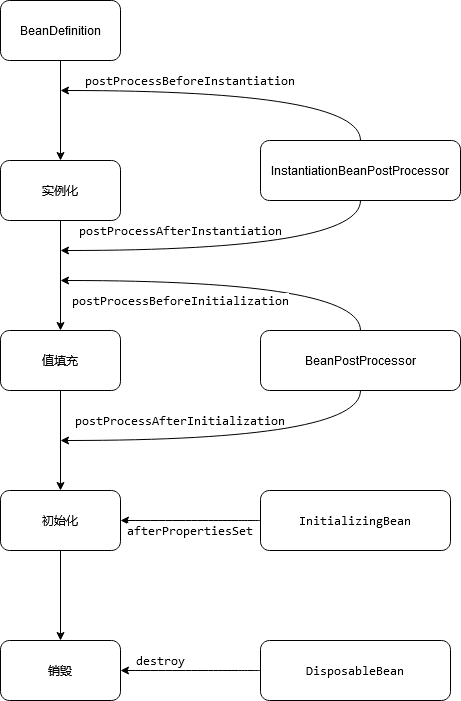
Before: doc/image/spring-bean-lifecycle.png, a diagram exported from draw.io (myflx/springboot-myflx). Source tidied: cells renumbered, new cells last; positions are measured from the earlier drawing's top-left corner, leaving out a move shared by most shapes.
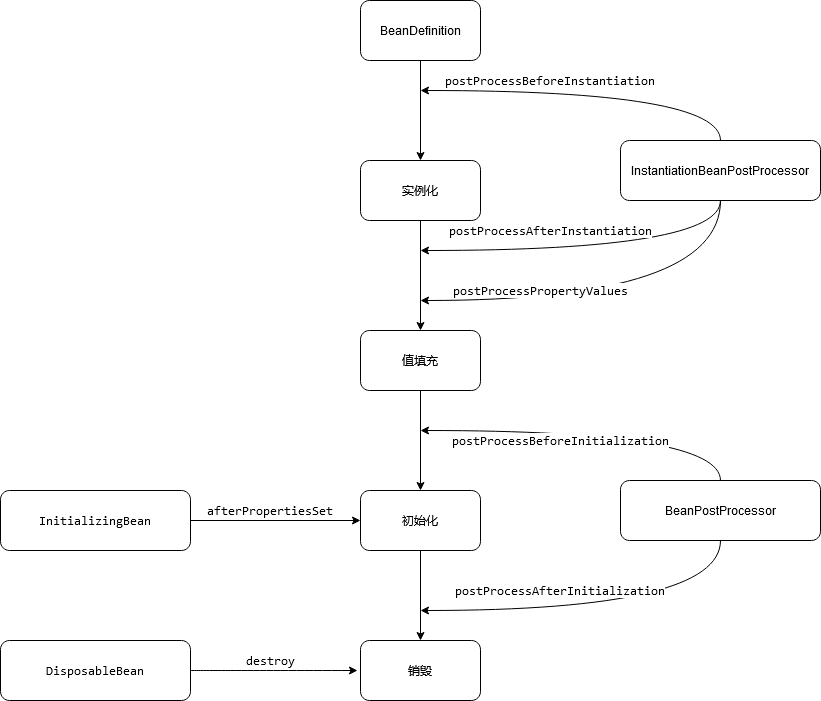
Later version of the same file.

The edit, as a diff of the source:
```diff
@@ -6,96 +6,109 @@
       <mxGeometry relative="1" as="geometry" />
     </mxCell>
     <mxCell id="3" value="实例化" style="rounded=1;whiteSpace=wrap;html=1;" parent="1" vertex="1">
-      <mxGeometry y="160" width="120" height="60" as="geometry" />
+      <mxGeometry x="240" y="170" width="120" height="60" as="geometry" />
     </mxCell>
     <mxCell id="4" style="edgeStyle=orthogonalEdgeStyle;rounded=0;jettySize=auto;html=1;" parent="1" edge="1" source="5" target="7">
       <mxGeometry relative="1" as="geometry" />
     </mxCell>
     <mxCell id="5" value="值填充" style="rounded=1;whiteSpace=wrap;html=1;" parent="1" vertex="1">
-      <mxGeometry y="330" width="120" height="60" as="geometry" />
+      <mxGeometry x="240" y="340" width="120" height="60" as="geometry" />
     </mxCell>
     <mxCell id="6" style="edgeStyle=orthogonalEdgeStyle;rounded=0;jettySize=auto;html=1;" parent="1" edge="1" source="7" target="8">
       <mxGeometry relative="1" as="geometry" />
     </mxCell>
     <mxCell id="7" value="初始化" style="rounded=1;whiteSpace=wrap;html=1;" parent="1" vertex="1">
-      <mxGeometry y="490" width="120" height="60" as="geometry" />
+      <mxGeometry x="240" y="500" width="120" height="60" as="geometry" />
     </mxCell>
     <mxCell id="8" value="销毁" style="rounded=1;whiteSpace=wrap;html=1;" parent="1" vertex="1">
-      <mxGeometry y="640" width="120" height="60" as="geometry" />
+      <mxGeometry x="240" y="650" width="120" height="60" as="geometry" />
     </mxCell>
     <mxCell id="9" style="edgeStyle=orthogonalEdgeStyle;rounded=0;jettySize=auto;html=1;" parent="1" edge="1" source="10" target="3">
       <mxGeometry relative="1" as="geometry" />
     </mxCell>
     <mxCell id="10" value="BeanDefinition" style="rounded=1;whiteSpace=wrap;html=1;" parent="1" vertex="1">
-      <mxGeometry width="120" height="60" as="geometry" />
+      <mxGeometry x="240" y="10" width="120" height="60" as="geometry" />
     </mxCell>
-    <mxCell id="11" style="edgeStyle=orthogonalEdgeStyle;curved=1;rounded=0;jettySize=auto;html=1;entryX=1;entryY=0.5;entryDx=0;entryDy=0;" parent="1" edge="1" source="12" target="7">
+    <mxCell id="11" style="edgeStyle=orthogonalEdgeStyle;rounded=0;jettySize=auto;html=1;entryX=0;entryY=0.5;entryDx=0;entryDy=0;" parent="1" edge="1" source="12" target="7">
       <mxGeometry relative="1" as="geometry" />
     </mxCell>
     <mxCell id="12" value="&lt;pre style=&quot;background-color: #ffffff ; color: #000000 ; font-family: &amp;#34;consolas&amp;#34; ; font-size: 9.8pt&quot;&gt;InitializingBean&lt;/pre&gt;" style="rounded=1;whiteSpace=wrap;html=1;" parent="1" vertex="1">
-      <mxGeometry x="260" y="490" width="190" height="60" as="geometry" />
+      <mxGeometry x="-120" y="500" width="190" height="60" as="geometry" />
     </mxCell>
-    <mxCell id="13" style="edgeStyle=orthogonalEdgeStyle;curved=1;rounded=0;jettySize=auto;html=1;entryX=1;entryY=0.5;entryDx=0;entryDy=0;" parent="1" edge="1" source="14" target="8">
-      <mxGeometry relative="1" as="geometry" />
+    <mxCell id="13" style="edgeStyle=orthogonalEdgeStyle;curved=1;rounded=0;jettySize=auto;html=1;" parent="1" edge="1" source="14">
+      <mxGeometry relative="1" as="geometry">
+        <mxPoint x="237" y="680" as="targetPoint" />
+      </mxGeometry>
     </mxCell>
     <mxCell id="14" value="&lt;pre style=&quot;background-color: #ffffff ; color: #000000 ; font-family: &amp;#34;consolas&amp;#34; ; font-size: 9.8pt&quot;&gt;DisposableBean&lt;/pre&gt;" style="rounded=1;whiteSpace=wrap;html=1;" parent="1" vertex="1">
-      <mxGeometry x="260" y="640" width="190" height="60" as="geometry" />
+      <mxGeometry x="-120" y="650" width="190" height="60" as="geometry" />
     </mxCell>
     <mxCell id="15" style="edgeStyle=orthogonalEdgeStyle;curved=1;rounded=0;jettySize=auto;html=1;" parent="1" edge="1" source="17">
       <mxGeometry relative="1" as="geometry">
-        <mxPoint x="60" y="90" as="targetPoint" />
+        <mxPoint x="300" y="100" as="targetPoint" />
         <Array as="points">
-          <mxPoint x="360" y="90" />
+          <mxPoint x="600" y="100" />
         </Array>
       </mxGeometry>
     </mxCell>
     <mxCell id="16" style="edgeStyle=orthogonalEdgeStyle;curved=1;rounded=0;jettySize=auto;html=1;" parent="1" edge="1" source="17">
       <mxGeometry relative="1" as="geometry">
-        <mxPoint x="60" y="250" as="targetPoint" />
+        <mxPoint x="300" y="260" as="targetPoint" />
         <Array as="points">
-          <mxPoint x="360" y="250" />
+          <mxPoint x="600" y="260" />
         </Array>
       </mxGeometry>
     </mxCell>
     <mxCell id="17" value="InstantiationBeanPostProcessor" style="rounded=1;whiteSpace=wrap;html=1;" parent="1" vertex="1">
-      <mxGeometry x="260" y="140" width="200" height="60" as="geometry" />
+      <mxGeometry x="500" y="150" width="200" height="60" as="geometry" />
     </mxCell>
     <mxCell id="18" style="edgeStyle=orthogonalEdgeStyle;curved=1;rounded=0;jettySize=auto;html=1;" parent="1" edge="1" source="20">
       <mxGeometry relative="1" as="geometry">
-        <mxPoint x="60" y="280" as="targetPoint" />
+        <mxPoint x="300" y="440" as="targetPoint" />
         <Array as="points">
-          <mxPoint x="360" y="280" />
+          <mxPoint x="600" y="440" />
         </Array>
       </mxGeometry>
     </mxCell>
-    <mxCell id="19" style="edgeStyle=orthogonalEdgeStyle;curved=1;rounded=0;jettySize=auto;html=1;" parent="1" edge="1" source="20">
-      <mxGeometry relative="1" as="geometry">
-        <mxPoint x="60" y="440" as="targetPoint" />
-        <Array as="points">
-          <mxPoint x="360" y="440" />
-        </Array>
-      </mxGeometry>
-    </mxCell>
+    <mxCell id="27" style="edgeStyle=orthogonalEdgeStyle;curved=1;rounded=0;jettySize=auto;html=1;" parent="1" edge="1" source="20">
+      <mxGeometry relative="1" as="geometry">
+        <mxPoint x="300" y="620" as="targetPoint" />
+        <Array as="points">
+          <mxPoint x="600" y="620" />
+        </Array>
+      </mxGeometry>
+    </mxCell>
     <mxCell id="20" value="BeanPostProcessor" style="rounded=1;whiteSpace=wrap;html=1;" parent="1" vertex="1">
-      <mxGeometry x="260" y="330" width="200" height="60" as="geometry" />
+      <mxGeometry x="500" y="490" width="200" height="60" as="geometry" />
     </mxCell>
     <mxCell id="21" value="&lt;pre style=&quot;background-color: #ffffff ; color: #000000 ; font-family: &amp;#34;consolas&amp;#34; ; font-size: 9.8pt&quot;&gt;postProcessBeforeInstantiation&lt;/pre&gt;" style="text;html=1;strokeColor=none;fillColor=none;align=center;verticalAlign=middle;whiteSpace=wrap;rounded=0;" parent="1" vertex="1">
-      <mxGeometry x="170" y="70" width="40" height="20" as="geometry" />
+      <mxGeometry x="410" y="80" width="40" height="20" as="geometry" />
     </mxCell>
     <mxCell id="22" value="&lt;pre style=&quot;background-color: #ffffff ; color: #000000 ; font-family: &amp;#34;consolas&amp;#34; ; font-size: 9.8pt&quot;&gt;postProcessAfterInstantiation&lt;/pre&gt;" style="text;html=1;strokeColor=none;fillColor=none;align=center;verticalAlign=middle;whiteSpace=wrap;rounded=0;" parent="1" vertex="1">
-      <mxGeometry x="160" y="220" width="40" height="20" as="geometry" />
+      <mxGeometry x="410" y="230" width="40" height="20" as="geometry" />
     </mxCell>
     <mxCell id="23" value="&lt;pre style=&quot;background-color: #ffffff ; color: #000000 ; font-family: &amp;#34;consolas&amp;#34; ; font-size: 9.8pt&quot;&gt;postProcessBeforeInitialization&lt;/pre&gt;" style="text;html=1;strokeColor=none;fillColor=none;align=center;verticalAlign=middle;whiteSpace=wrap;rounded=0;" parent="1" vertex="1">
-      <mxGeometry x="160" y="290" width="40" height="20" as="geometry" />
+      <mxGeometry x="420" y="440" width="40" height="20" as="geometry" />
     </mxCell>
     <mxCell id="24" value="&lt;pre style=&quot;background-color: #ffffff ; color: #000000 ; font-family: &amp;#34;consolas&amp;#34; ; font-size: 9.8pt&quot;&gt;postProcessAfterInitialization&lt;/pre&gt;" style="text;html=1;strokeColor=none;fillColor=none;align=center;verticalAlign=middle;whiteSpace=wrap;rounded=0;" parent="1" vertex="1">
-      <mxGeometry x="160" y="410" width="40" height="20" as="geometry" />
+      <mxGeometry x="420" y="590" width="40" height="20" as="geometry" />
     </mxCell>
     <mxCell id="25" value="&lt;pre style=&quot;background-color: #ffffff ; color: #000000 ; font-family: &amp;#34;consolas&amp;#34; ; font-size: 9.8pt&quot;&gt;afterPropertiesSet&lt;/pre&gt;" style="text;html=1;strokeColor=none;fillColor=none;align=center;verticalAlign=middle;whiteSpace=wrap;rounded=0;" parent="1" vertex="1">
-      <mxGeometry x="170" y="520" width="40" height="20" as="geometry" />
+      <mxGeometry x="130" y="510" width="40" height="20" as="geometry" />
     </mxCell>
     <mxCell id="26" value="&lt;pre style=&quot;background-color: #ffffff ; color: #000000 ; font-family: &amp;#34;consolas&amp;#34; ; font-size: 9.8pt&quot;&gt;destroy&lt;/pre&gt;" style="text;html=1;strokeColor=none;fillColor=none;align=center;verticalAlign=middle;whiteSpace=wrap;rounded=0;" parent="1" vertex="1">
-      <mxGeometry x="140" y="650" width="40" height="20" as="geometry" />
+      <mxGeometry x="130" y="660" width="40" height="20" as="geometry" />
     </mxCell>
+    <mxCell id="28" style="edgeStyle=orthogonalEdgeStyle;curved=1;rounded=0;jettySize=auto;html=1;exitX=0.5;exitY=1;exitDx=0;exitDy=0;" parent="1" edge="1" source="17">
+      <mxGeometry relative="1" as="geometry">
+        <mxPoint x="300" y="310" as="targetPoint" />
+        <Array as="points">
+          <mxPoint x="600" y="310" />
+        </Array>
+      </mxGeometry>
+    </mxCell>
+    <mxCell id="29" value="&lt;pre style=&quot;background-color: #ffffff ; color: #000000 ; font-family: &amp;#34;consolas&amp;#34; ; font-size: 9.8pt&quot;&gt;postProcessPropertyValues&lt;/pre&gt;" style="text;html=1;strokeColor=none;fillColor=none;align=center;verticalAlign=middle;whiteSpace=wrap;rounded=0;" parent="1" vertex="1">
+      <mxGeometry x="400" y="290" width="40" height="20" as="geometry" />
+    </mxCell>
   </root>
 </mxGraphModel>
```
